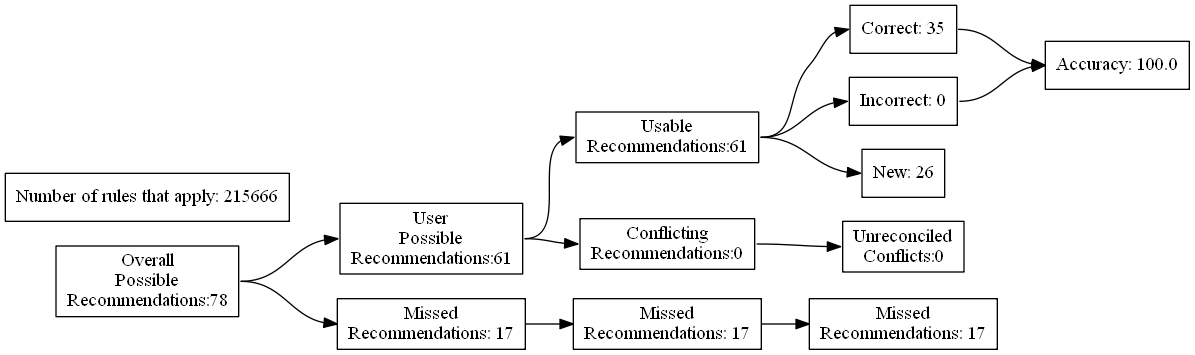
ZaxR/ibd_diet_analysis keeps this Graphviz diagram as test_renders/106.gv.png. Above is the earlier version. Its source is kept beside it as test_renders/106.gv.
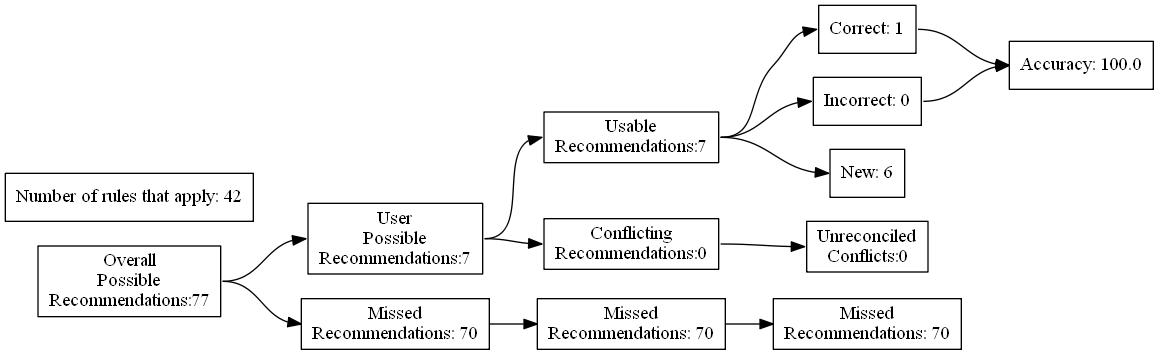
The same file after the commit.

Change to the diagram source:
```diff
@@ -4,27 +4,27 @@
 	edge [headport=w tailport=e]
 		A [label="Overall
 Possible
-Recommendations:78"]
+Recommendations:77"]
 		B [label="User
 Possible
-Recommendations:61"]
+Recommendations:7"]
 		C [label="Missed
-Recommendations: 17"]
+Recommendations: 70"]
 		D [label="Usable
-Recommendations:61"]
+Recommendations:7"]
 		E [label="Conflicting
 Recommendations:0"]
 		J [label="Missed
-Recommendations: 17"]
+Recommendations: 70"]
 		M [label="Unreconciled
 Conflicts:0"]
-		F [label="Correct: 35"]
+		F [label="Correct: 1"]
 		G [label="Incorrect: 0"]
-		H [label="New: 26"]
+		H [label="New: 6"]
 		K [label="Missed
-Recommendations: 17"]
+Recommendations: 70"]
 		I [label="Accuracy: 100.0"]
-		l [label="Number of rules that apply: 215666"]
+		l [label="Number of rules that apply: 42"]
 			A -> B
 			A -> C
 			B -> D
```
